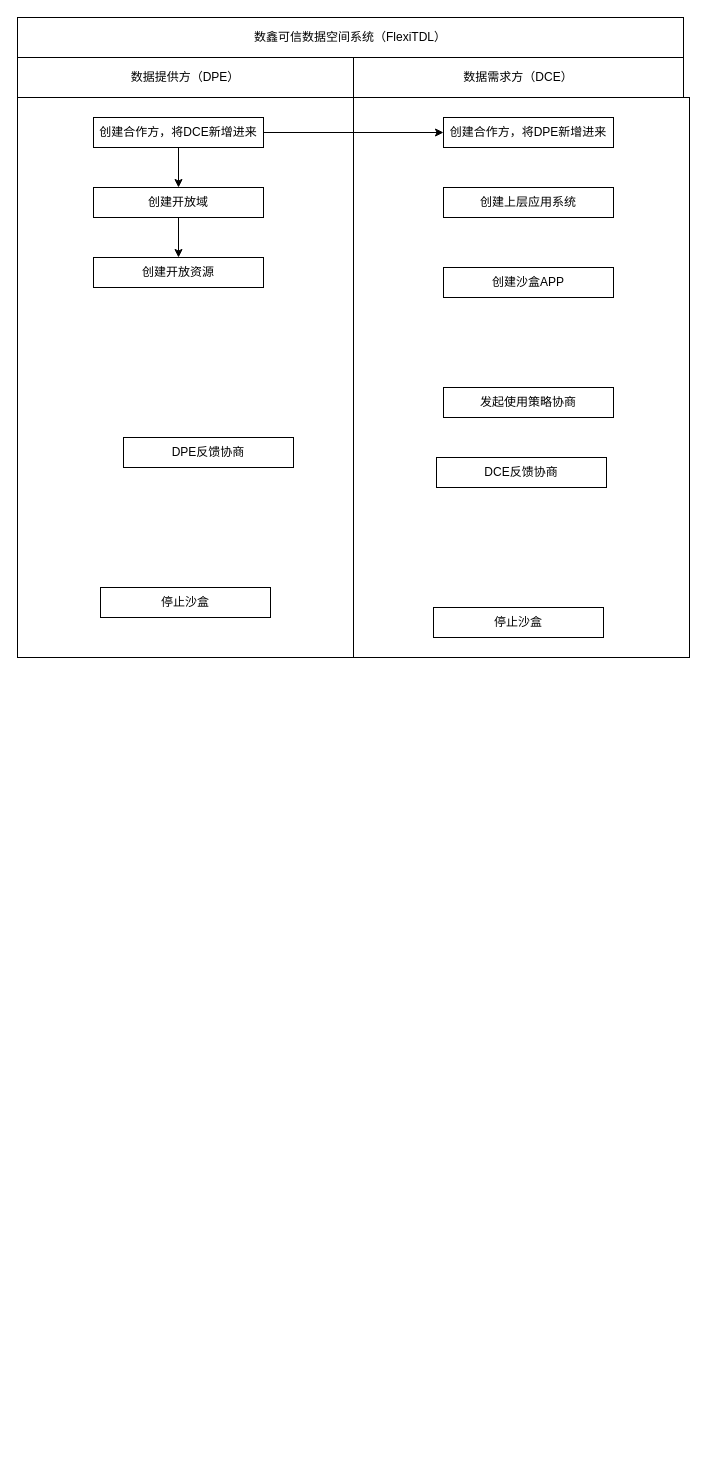
Earlier version of the draw.io diagram page "第 2 页" (2 of 2) of 数鑫流程.drawio (MiracleEgo/pmp). Source tidied: cells renumbered, new cells numbered last; positions are measured from the earlier drawing's top-left corner, leaving out a move shared by most shapes. Both pictures are drawn from the tidied source at 100%, with x=0, y=0 at pixel (17, 17).
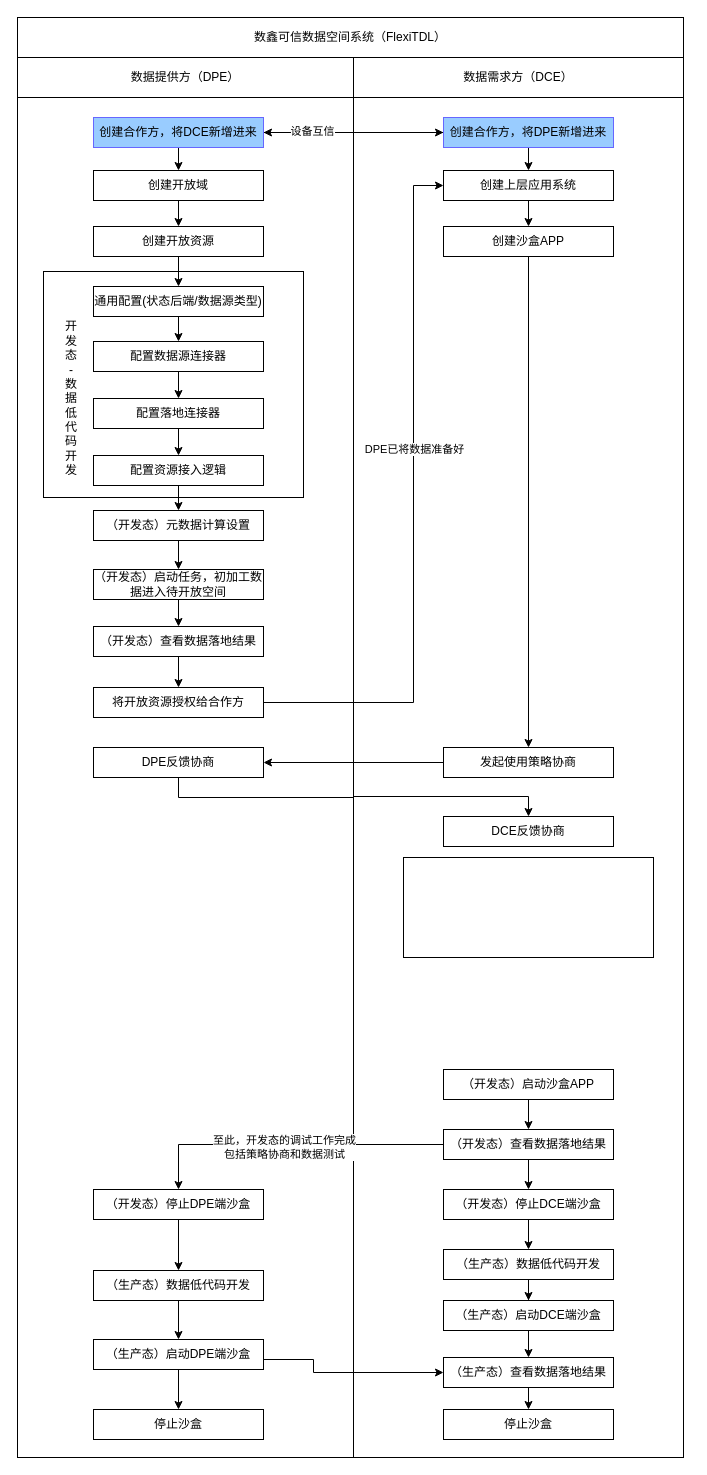
After the change.

Commit message:
更新数鑫流程.drawio

The edit, as a diff of the source:
```diff
@@
     <mxCell id="5" style="rounded=0;whiteSpace=wrap;html=1;" parent="1" vertex="1">
-      <mxGeometry y="80" width="336" height="560" as="geometry" />
+      <mxGeometry y="80" width="336" height="1360" as="geometry" />
     </mxCell>
     <mxCell id="6" style="rounded=0;whiteSpace=wrap;html=1;" parent="1" vertex="1">
-      <mxGeometry x="336" y="80" width="336" height="560" as="geometry" />
+      <mxGeometry x="336" y="80" width="330" height="1360" as="geometry" />
     </mxCell>
@@
-    <mxCell id="9" value="创建合作方，将DCE新增进来" style="rounded=0;whiteSpace=wrap;html=1;" parent="1" vertex="1">
+    <mxCell id="9" value="创建合作方，将DCE新增进来" style="rounded=0;whiteSpace=wrap;html=1;fillColor=#99CCFF;strokeColor=#6666FF;" parent="1" vertex="1">
       <mxGeometry x="76" y="100" width="170" height="30" as="geometry" />
     </mxCell>
+    <mxCell id="21" style="edgeStyle=orthogonalEdgeStyle;rounded=0;jettySize=auto;html=1;" parent="1" edge="1" source="10" target="14">
+      <mxGeometry relative="1" as="geometry" />
+    </mxCell>
+    <mxCell id="22" style="edgeStyle=orthogonalEdgeStyle;rounded=0;jettySize=auto;html=1;entryX=1;entryY=0.5;entryDx=0;entryDy=0;" parent="1" edge="1" source="10" target="9">
+      <mxGeometry relative="1" as="geometry" />
+    </mxCell>
+    <mxCell id="23" value="设备互信" style="edgeLabel;html=1;align=center;verticalAlign=middle;" parent="22" vertex="1">
+      <mxGeometry x="0.47" y="-2" relative="1" as="geometry" />
+    </mxCell>
-    <mxCell id="10" value="创建合作方，将DPE新增进来" style="rounded=0;whiteSpace=wrap;html=1;" parent="1" vertex="1">
+    <mxCell id="10" value="创建合作方，将DPE新增进来" style="rounded=0;whiteSpace=wrap;html=1;fillColor=#99CCFF;strokeColor=#6666FF;" parent="1" vertex="1">
       <mxGeometry x="426" y="100" width="170" height="30" as="geometry" />
     </mxCell>
@@
     <mxCell id="12" value="创建开放域" style="rounded=0;whiteSpace=wrap;html=1;" parent="1" vertex="1">
-      <mxGeometry x="76" y="170" width="170" height="30" as="geometry" />
+      <mxGeometry x="76" y="153" width="170" height="30" as="geometry" />
     </mxCell>
     <mxCell id="13" value="创建开放资源" style="rounded=0;whiteSpace=wrap;html=1;" parent="1" vertex="1">
-      <mxGeometry x="76" y="240" width="170" height="30" as="geometry" />
+      <mxGeometry x="76" y="209" width="170" height="30" as="geometry" />
     </mxCell>
+    <mxCell id="24" style="edgeStyle=orthogonalEdgeStyle;rounded=0;jettySize=auto;html=1;" parent="1" edge="1" source="14" target="15">
+      <mxGeometry relative="1" as="geometry" />
+    </mxCell>
     <mxCell id="14" value="创建上层应用系统" style="rounded=0;whiteSpace=wrap;html=1;" parent="1" vertex="1">
-      <mxGeometry x="426" y="170" width="170" height="30" as="geometry" />
+      <mxGeometry x="426" y="153" width="170" height="30" as="geometry" />
     </mxCell>
+    <mxCell id="25" style="edgeStyle=orthogonalEdgeStyle;rounded=0;jettySize=auto;html=1;entryX=0.5;entryY=0;entryDx=0;entryDy=0;" parent="1" edge="1" source="15" target="16">
+      <mxGeometry relative="1" as="geometry" />
+    </mxCell>
     <mxCell id="15" value="创建沙盒APP" style="rounded=0;whiteSpace=wrap;html=1;" parent="1" vertex="1">
-      <mxGeometry x="426" y="250" width="170" height="30" as="geometry" />
+      <mxGeometry x="426" y="209" width="170" height="30" as="geometry" />
     </mxCell>
+    <mxCell id="26" style="edgeStyle=orthogonalEdgeStyle;rounded=0;jettySize=auto;html=1;" parent="1" edge="1" source="16" target="17">
+      <mxGeometry relative="1" as="geometry" />
+    </mxCell>
     <mxCell id="16" value="发起使用策略协商" style="rounded=0;whiteSpace=wrap;html=1;" parent="1" vertex="1">
-      <mxGeometry x="426" y="370" width="170" height="30" as="geometry" />
+      <mxGeometry x="426" y="730" width="170" height="30" as="geometry" />
     </mxCell>
+    <mxCell id="27" style="edgeStyle=orthogonalEdgeStyle;rounded=0;jettySize=auto;html=1;exitX=0.5;exitY=1;exitDx=0;exitDy=0;" parent="1" edge="1" source="17" target="18">
+      <mxGeometry relative="1" as="geometry" />
+    </mxCell>
     <mxCell id="17" value="DPE反馈协商" style="rounded=0;whiteSpace=wrap;html=1;" parent="1" vertex="1">
-      <mxGeometry x="106" y="420" width="170" height="30" as="geometry" />
+      <mxGeometry x="76" y="730" width="170" height="30" as="geometry" />
     </mxCell>
     <mxCell id="18" value="DCE反馈协商" style="rounded=0;whiteSpace=wrap;html=1;" parent="1" vertex="1">
-      <mxGeometry x="419" y="440" width="170" height="30" as="geometry" />
+      <mxGeometry x="426" y="799" width="170" height="30" as="geometry" />
     </mxCell>
     <mxCell id="19" value="停止沙盒" style="rounded=0;whiteSpace=wrap;html=1;" parent="1" vertex="1">
-      <mxGeometry x="83" y="570" width="170" height="30" as="geometry" />
+      <mxGeometry x="76" y="1392" width="170" height="30" as="geometry" />
     </mxCell>
     <mxCell id="20" value="停止沙盒" style="rounded=0;whiteSpace=wrap;html=1;" parent="1" vertex="1">
-      <mxGeometry x="416" y="590" width="170" height="30" as="geometry" />
+      <mxGeometry x="426" y="1392" width="170" height="30" as="geometry" />
     </mxCell>
+    <mxCell id="28" style="edgeStyle=orthogonalEdgeStyle;rounded=0;jettySize=auto;html=1;entryX=0.5;entryY=0;entryDx=0;entryDy=0;" parent="1" edge="1" source="29" target="69">
+      <mxGeometry relative="1" as="geometry" />
+    </mxCell>
+    <mxCell id="29" value="（开发态）启动任务，初加工数据进入待开放空间" style="rounded=0;whiteSpace=wrap;html=1;" parent="1" vertex="1">
+      <mxGeometry x="76" y="552" width="170" height="30" as="geometry" />
+    </mxCell>
+    <mxCell id="30" style="edgeStyle=orthogonalEdgeStyle;rounded=0;jettySize=auto;html=1;entryX=0;entryY=0.5;entryDx=0;entryDy=0;exitX=1;exitY=0.5;exitDx=0;exitDy=0;" parent="1" edge="1" source="32" target="14">
+      <mxGeometry relative="1" as="geometry">
+        <Array as="points">
+          <mxPoint x="396" y="685" />
+          <mxPoint x="396" y="168" />
+        </Array>
+      </mxGeometry>
+    </mxCell>
+    <mxCell id="31" value="DPE已将数据准备好" style="edgeLabel;html=1;align=center;verticalAlign=middle;" parent="30" vertex="1">
+      <mxGeometry x="0.16" relative="1" as="geometry" />
+    </mxCell>
+    <mxCell id="32" value="将开放资源授权给合作方" style="rounded=0;whiteSpace=wrap;html=1;" parent="1" vertex="1">
+      <mxGeometry x="76" y="670" width="170" height="30" as="geometry" />
+    </mxCell>
+    <mxCell id="33" style="rounded=0;whiteSpace=wrap;html=1;" parent="1" vertex="1">
+      <mxGeometry x="26" y="254" width="260" height="226" as="geometry" />
+    </mxCell>
+    <mxCell id="34" style="edgeStyle=orthogonalEdgeStyle;rounded=0;jettySize=auto;html=1;entryX=0.5;entryY=0;entryDx=0;entryDy=0;" parent="1" edge="1" source="35" target="39">
+      <mxGeometry relative="1" as="geometry" />
+    </mxCell>
+    <mxCell id="35" value="（开发态）启动沙盒APP" style="rounded=0;whiteSpace=wrap;html=1;" parent="1" vertex="1">
+      <mxGeometry x="426" y="1052" width="170" height="30" as="geometry" />
+    </mxCell>
+    <mxCell id="36" style="edgeStyle=orthogonalEdgeStyle;rounded=0;jettySize=auto;html=1;entryX=0.5;entryY=0;entryDx=0;entryDy=0;" parent="1" edge="1" source="39" target="49">
+      <mxGeometry relative="1" as="geometry" />
+    </mxCell>
+    <mxCell id="37" value="至此，开发态的调试工作完成&lt;div&gt;包括策略协商和数据测试&lt;/div&gt;" style="edgeLabel;html=1;align=center;verticalAlign=middle;" parent="36" vertex="1">
+      <mxGeometry x="0.03" y="2" relative="1" as="geometry" />
+    </mxCell>
+    <mxCell id="38" style="edgeStyle=orthogonalEdgeStyle;rounded=0;jettySize=auto;html=1;entryX=0.5;entryY=0;entryDx=0;entryDy=0;" parent="1" edge="1" source="39" target="41">
+      <mxGeometry relative="1" as="geometry" />
+    </mxCell>
+    <mxCell id="39" value="（开发态）查看数据落地结果" style="rounded=0;whiteSpace=wrap;html=1;" parent="1" vertex="1">
+      <mxGeometry x="426" y="1112" width="170" height="30" as="geometry" />
+    </mxCell>
+    <mxCell id="40" style="edgeStyle=orthogonalEdgeStyle;rounded=0;jettySize=auto;html=1;entryX=0.5;entryY=0;entryDx=0;entryDy=0;" parent="1" edge="1" source="41" target="43">
+      <mxGeometry relative="1" as="geometry" />
+    </mxCell>
+    <mxCell id="41" value="（开发态）停止DCE端沙盒" style="rounded=0;whiteSpace=wrap;html=1;" parent="1" vertex="1">
+      <mxGeometry x="426" y="1172" width="170" height="30" as="geometry" />
+    </mxCell>
+    <mxCell id="42" style="edgeStyle=orthogonalEdgeStyle;rounded=0;jettySize=auto;html=1;entryX=0.5;entryY=0;entryDx=0;entryDy=0;" parent="1" edge="1" source="43" target="45">
+      <mxGeometry relative="1" as="geometry" />
+    </mxCell>
+    <mxCell id="43" value="（生产态）数据低代码开发" style="rounded=0;whiteSpace=wrap;html=1;" parent="1" vertex="1">
+      <mxGeometry x="426" y="1232" width="170" height="30" as="geometry" />
+    </mxCell>
+    <mxCell id="44" style="edgeStyle=orthogonalEdgeStyle;rounded=0;jettySize=auto;html=1;" parent="1" edge="1" source="45" target="47">
+      <mxGeometry relative="1" as="geometry" />
+    </mxCell>
+    <mxCell id="45" value="（生产态）启动DCE端沙盒" style="rounded=0;whiteSpace=wrap;html=1;" parent="1" vertex="1">
+      <mxGeometry x="426" y="1283" width="170" height="30" as="geometry" />
+    </mxCell>
+    <mxCell id="46" style="edgeStyle=orthogonalEdgeStyle;rounded=0;jettySize=auto;html=1;" parent="1" edge="1" source="47" target="20">
+      <mxGeometry relative="1" as="geometry" />
+    </mxCell>
+    <mxCell id="47" value="（生产态）查看数据落地结果" style="rounded=0;whiteSpace=wrap;html=1;" parent="1" vertex="1">
+      <mxGeometry x="426" y="1340" width="170" height="30" as="geometry" />
+    </mxCell>
+    <mxCell id="48" style="edgeStyle=orthogonalEdgeStyle;rounded=0;jettySize=auto;html=1;" parent="1" edge="1" source="49" target="51">
+      <mxGeometry relative="1" as="geometry" />
+    </mxCell>
+    <mxCell id="49" value="（开发态）停止DPE端沙盒" style="rounded=0;whiteSpace=wrap;html=1;" parent="1" vertex="1">
+      <mxGeometry x="76" y="1172" width="170" height="30" as="geometry" />
+    </mxCell>
+    <mxCell id="50" style="edgeStyle=orthogonalEdgeStyle;rounded=0;jettySize=auto;html=1;" parent="1" edge="1" source="51" target="54">
+      <mxGeometry relative="1" as="geometry" />
+    </mxCell>
+    <mxCell id="51" value="（生产态）数据低代码开发" style="rounded=0;whiteSpace=wrap;html=1;" parent="1" vertex="1">
+      <mxGeometry x="76" y="1253" width="170" height="30" as="geometry" />
+    </mxCell>
+    <mxCell id="52" style="edgeStyle=orthogonalEdgeStyle;rounded=0;jettySize=auto;html=1;" parent="1" edge="1" source="54" target="19">
+      <mxGeometry relative="1" as="geometry" />
+    </mxCell>
+    <mxCell id="53" style="edgeStyle=orthogonalEdgeStyle;rounded=0;jettySize=auto;html=1;entryX=0;entryY=0.5;entryDx=0;entryDy=0;exitX=1;exitY=0.5;exitDx=0;exitDy=0;" parent="1" edge="1" source="54" target="47">
+      <mxGeometry relative="1" as="geometry">
+        <Array as="points">
+          <mxPoint x="246" y="1342" />
+          <mxPoint x="296" y="1342" />
+          <mxPoint x="296" y="1355" />
+        </Array>
+      </mxGeometry>
+    </mxCell>
+    <mxCell id="54" value="（生产态）启动DPE端沙盒" style="rounded=0;whiteSpace=wrap;html=1;" parent="1" vertex="1">
+      <mxGeometry x="76" y="1322" width="170" height="30" as="geometry" />
+    </mxCell>
+    <mxCell id="55" style="rounded=0;whiteSpace=wrap;html=1;" parent="1" vertex="1">
+      <mxGeometry x="386" y="840" width="250" height="100" as="geometry" />
+    </mxCell>
+    <mxCell id="56" style="edgeStyle=orthogonalEdgeStyle;rounded=0;jettySize=auto;html=1;entryX=0.5;entryY=0;entryDx=0;entryDy=0;" parent="1" edge="1" source="57" target="59">
+      <mxGeometry relative="1" as="geometry" />
+    </mxCell>
+    <mxCell id="57" value="通用配置(状态后端/数据源类型)" style="rounded=0;whiteSpace=wrap;html=1;" parent="1" vertex="1">
+      <mxGeometry x="76" y="269" width="170" height="30" as="geometry" />
+    </mxCell>
+    <mxCell id="58" style="edgeStyle=orthogonalEdgeStyle;rounded=0;jettySize=auto;html=1;entryX=0.5;entryY=0;entryDx=0;entryDy=0;" parent="1" edge="1" source="59" target="61">
+      <mxGeometry relative="1" as="geometry" />
+    </mxCell>
+    <mxCell id="59" value="配置数据源连接器" style="rounded=0;whiteSpace=wrap;html=1;" parent="1" vertex="1">
+      <mxGeometry x="76" y="324" width="170" height="30" as="geometry" />
+    </mxCell>
+    <mxCell id="60" style="edgeStyle=orthogonalEdgeStyle;rounded=0;jettySize=auto;html=1;" parent="1" edge="1" source="61" target="63">
+      <mxGeometry relative="1" as="geometry" />
+    </mxCell>
+    <mxCell id="61" value="配置落地连接器" style="rounded=0;whiteSpace=wrap;html=1;" parent="1" vertex="1">
+      <mxGeometry x="76" y="381" width="170" height="30" as="geometry" />
+    </mxCell>
+    <mxCell id="62" style="edgeStyle=orthogonalEdgeStyle;rounded=0;jettySize=auto;html=1;entryX=0.5;entryY=0;entryDx=0;entryDy=0;" parent="1" edge="1" source="63" target="67">
+      <mxGeometry relative="1" as="geometry" />
+    </mxCell>
+    <mxCell id="63" value="配置资源接入逻辑" style="rounded=0;whiteSpace=wrap;html=1;" parent="1" vertex="1">
+      <mxGeometry x="76" y="438" width="170" height="30" as="geometry" />
+    </mxCell>
+    <mxCell id="64" style="edgeStyle=orthogonalEdgeStyle;rounded=0;orthogonalLoop=1;jettySize=auto;html=1;entryX=0.5;entryY=0;entryDx=0;entryDy=0;" parent="1" edge="1">
+      <mxGeometry relative="1" as="geometry">
+        <mxPoint x="161" y="239" as="sourcePoint" />
+        <mxPoint x="161" y="269" as="targetPoint" />
+      </mxGeometry>
+    </mxCell>
+    <mxCell id="65" value="开发态&lt;div&gt;-&lt;/div&gt;&lt;div&gt;数据低代码开发&lt;/div&gt;" style="text;html=1;align=center;verticalAlign=middle;whiteSpace=wrap;rounded=0;" parent="1" vertex="1">
+      <mxGeometry x="42" y="311" width="24" height="140" as="geometry" />
+    </mxCell>
+    <mxCell id="66" style="edgeStyle=orthogonalEdgeStyle;rounded=0;jettySize=auto;html=1;" parent="1" edge="1" source="67" target="29">
+      <mxGeometry relative="1" as="geometry" />
+    </mxCell>
+    <mxCell id="67" value="（开发态）元数据计算设置" style="rounded=0;whiteSpace=wrap;html=1;" parent="1" vertex="1">
+      <mxGeometry x="76" y="493" width="170" height="30" as="geometry" />
+    </mxCell>
+    <mxCell id="68" style="edgeStyle=orthogonalEdgeStyle;rounded=0;jettySize=auto;html=1;" parent="1" edge="1" source="69" target="32">
+      <mxGeometry relative="1" as="geometry" />
+    </mxCell>
+    <mxCell id="69" value="（开发态）查看数据落地结果" style="rounded=0;whiteSpace=wrap;html=1;" parent="1" vertex="1">
+      <mxGeometry x="76" y="609" width="170" height="30" as="geometry" />
+    </mxCell>
```
